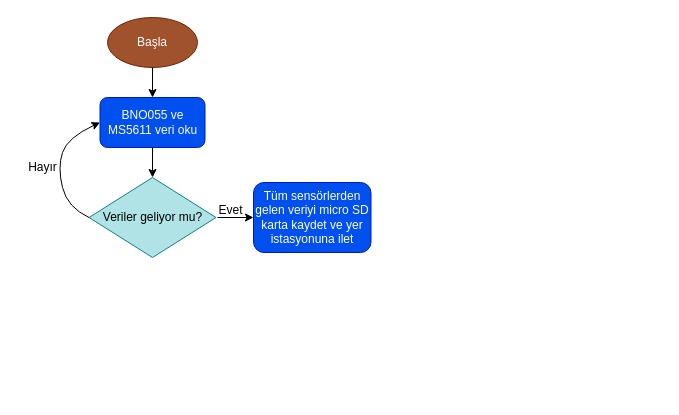
Above: Untitled Diagram.drawio in berat1yvz/Rocket_RecoverySystem_Schematic_draw.io-YRT (draw.io), before the change. Source tidied: cells renumbered, new cells numbered last; positions are measured from the earlier drawing's top-left corner, leaving out a move shared by most shapes. Both pictures are drawn from the tidied source at 100%, with x=0, y=0 at pixel (17, 17).
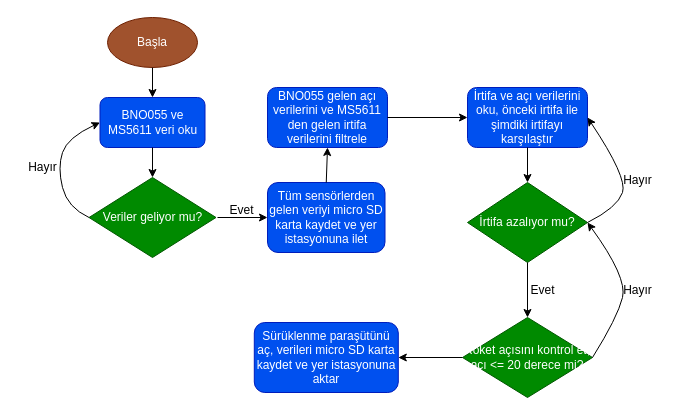
The same diagram, later.

What changed in the source:
```diff
@@
-    <mxCell id="4" value="Veriler geliyor mu?" style="rhombus;whiteSpace=wrap;html=1;fillColor=#b0e3e6;strokeColor=#0e8088;" parent="1" vertex="1">
+    <mxCell id="4" value="Veriler geliyor mu?" style="rhombus;whiteSpace=wrap;html=1;fillColor=#008a00;strokeColor=#005700;fontColor=#ffffff;" parent="1" vertex="1">
       <mxGeometry x="71.5" y="160" width="127" height="80" as="geometry" />
     </mxCell>
     <mxCell id="5" value="Tüm sensörlerden gelen veriyi micro SD karta kaydet ve yer istasyonuna ilet" style="rounded=1;whiteSpace=wrap;html=1;fillColor=#0050ef;strokeColor=#001DBC;fontColor=#ffffff;" parent="1" vertex="1">
-      <mxGeometry x="236" y="165" width="117.5" height="70" as="geometry" />
+      <mxGeometry x="250" y="165" width="117.5" height="70" as="geometry" />
     </mxCell>
@@
     <mxCell id="9" value="Evet" style="text;html=1;align=center;verticalAlign=middle;strokeColor=none;fillColor=none;labelBackgroundColor=none;" parent="1" vertex="1">
-      <mxGeometry x="187.5" y="178" width="50" height="30" as="geometry" />
+      <mxGeometry x="198.5" y="178" width="50" height="30" as="geometry" />
     </mxCell>
@@
+    <mxCell id="12" value="BNO055 gelen açı verilerini ve MS5611 den gelen irtifa verilerini filtrele" style="rounded=1;whiteSpace=wrap;html=1;fillColor=#0050ef;fontColor=#ffffff;strokeColor=#001DBC;" parent="1" vertex="1">
+      <mxGeometry x="250" y="70" width="120" height="60" as="geometry" />
+    </mxCell>
+    <mxCell id="13" value="İrtifa ve açı verilerini oku, önceki irtifa ile şimdiki irtifayı karşılaştır" style="rounded=1;whiteSpace=wrap;html=1;fillColor=#0050ef;fontColor=#ffffff;strokeColor=#001DBC;" parent="1" vertex="1">
+      <mxGeometry x="450" y="70" width="120" height="60" as="geometry" />
+    </mxCell>
+    <mxCell id="14" value="İrtifa azalıyor mu?" style="rhombus;whiteSpace=wrap;html=1;fillColor=#008a00;strokeColor=#005700;fontColor=#ffffff;" parent="1" vertex="1">
+      <mxGeometry x="450" y="165" width="120" height="80" as="geometry" />
+    </mxCell>
+    <mxCell id="15" style="endArrow=classic;html=1;rounded=0;entryX=0.5;entryY=1;entryDx=0;entryDy=0;exitX=0.5;exitY=0;exitDx=0;exitDy=0;" parent="1" edge="1" source="5" target="12">
+      <mxGeometry relative="1" as="geometry" />
+    </mxCell>
+    <mxCell id="16" style="endArrow=classic;html=1;rounded=0;exitX=1;exitY=0.5;exitDx=0;exitDy=0;entryX=0;entryY=0.5;entryDx=0;entryDy=0;" parent="1" edge="1" source="12" target="13">
+      <mxGeometry relative="1" as="geometry" />
+    </mxCell>
+    <mxCell id="17" style="endArrow=classic;html=1;rounded=0;exitX=0.5;exitY=1;exitDx=0;exitDy=0;entryX=0.5;entryY=0;entryDx=0;entryDy=0;" parent="1" edge="1" source="13" target="14">
+      <mxGeometry relative="1" as="geometry" />
+    </mxCell>
+    <mxCell id="18" style="curved=1;endArrow=classic;html=1;rounded=0;entryX=1;entryY=0.5;entryDx=0;entryDy=0;exitX=1;exitY=0.5;exitDx=0;exitDy=0;" parent="1" edge="1" source="14" target="13">
+      <mxGeometry relative="1" as="geometry">
+        <Array as="points">
+          <mxPoint x="600" y="190" />
+          <mxPoint x="610" y="160" />
+        </Array>
+      </mxGeometry>
+    </mxCell>
+    <mxCell id="19" value="Hayır" style="text;html=1;align=center;verticalAlign=middle;strokeColor=none;fillColor=none;" parent="1" vertex="1">
+      <mxGeometry x="595" y="148" width="50" height="30" as="geometry" />
+    </mxCell>
+    <mxCell id="20" value="Roket açısını kontrol et, açı &amp;lt;= 20 derece mi?" style="rhombus;whiteSpace=wrap;html=1;fillColor=#008a00;fontColor=#ffffff;strokeColor=#005700;" parent="1" vertex="1">
+      <mxGeometry x="445" y="300" width="130" height="80" as="geometry" />
+    </mxCell>
+    <mxCell id="21" style="endArrow=classic;html=1;rounded=0;entryX=0.5;entryY=0;entryDx=0;entryDy=0;exitX=0.5;exitY=1;exitDx=0;exitDy=0;" parent="1" edge="1" source="14" target="20">
+      <mxGeometry relative="1" as="geometry" />
+    </mxCell>
+    <mxCell id="22" value="Evet" style="text;html=1;align=center;verticalAlign=middle;strokeColor=none;fillColor=none;" parent="1" vertex="1">
+      <mxGeometry x="500" y="258" width="50" height="30" as="geometry" />
+    </mxCell>
+    <mxCell id="23" style="curved=1;endArrow=classic;html=1;rounded=0;entryX=1;entryY=0.5;entryDx=0;entryDy=0;exitX=1;exitY=0.5;exitDx=0;exitDy=0;" parent="1" edge="1" source="20" target="14">
+      <mxGeometry relative="1" as="geometry">
+        <Array as="points">
+          <mxPoint x="600" y="300" />
+          <mxPoint x="610" y="260" />
+        </Array>
+      </mxGeometry>
+    </mxCell>
+    <mxCell id="24" value="Hayır" style="text;html=1;align=center;verticalAlign=middle;strokeColor=none;fillColor=none;" parent="1" vertex="1">
+      <mxGeometry x="595" y="258" width="50" height="30" as="geometry" />
+    </mxCell>
+    <mxCell id="25" value="Sürüklenme paraşütünü aç, verileri micro SD karta kaydet ve yer istasyonuna aktar" style="rounded=1;whiteSpace=wrap;html=1;fillColor=#0050ef;fontColor=#ffffff;strokeColor=#001DBC;" parent="1" vertex="1">
+      <mxGeometry x="236.8" y="305" width="144" height="70" as="geometry" />
+    </mxCell>
+    <mxCell id="26" style="endArrow=classic;html=1;rounded=0;entryX=1;entryY=0.5;entryDx=0;entryDy=0;exitX=0;exitY=0.5;exitDx=0;exitDy=0;" parent="1" edge="1" source="20" target="25">
+      <mxGeometry relative="1" as="geometry" />
+    </mxCell>
```
